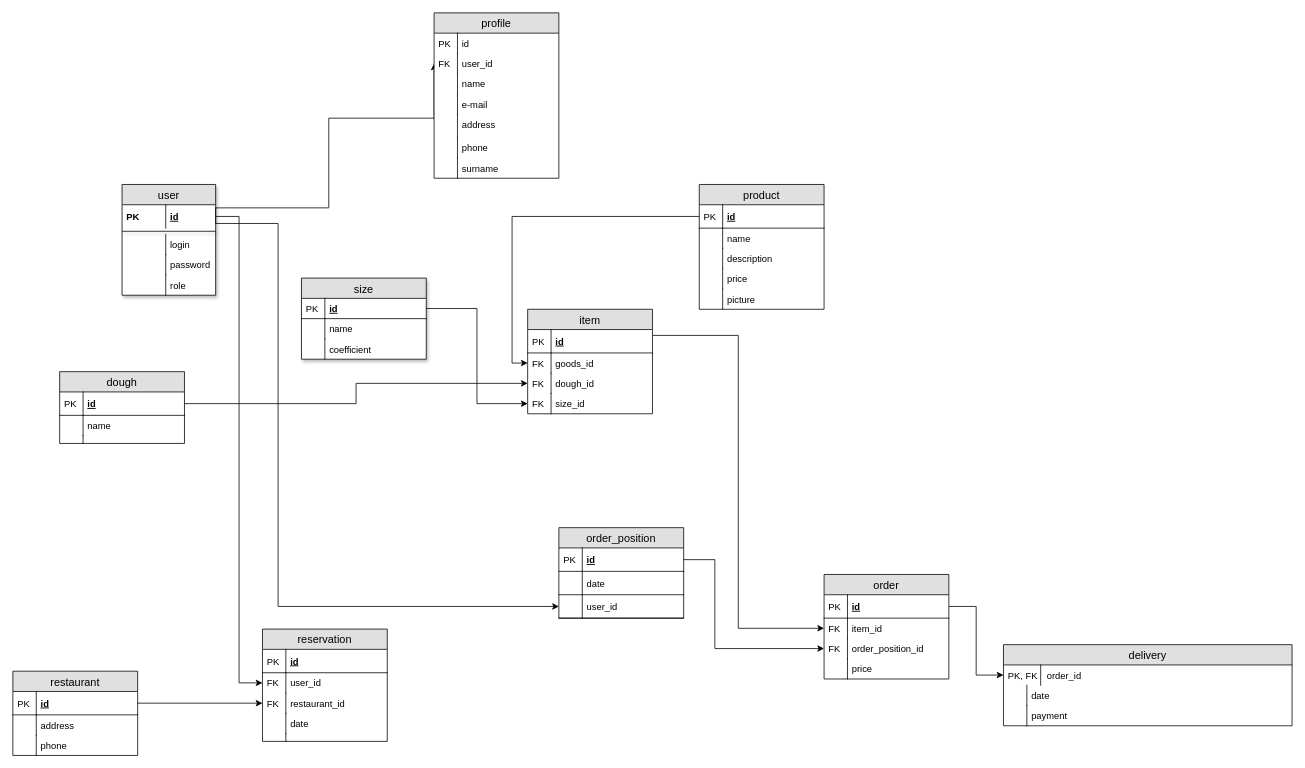
Above: finaltask/bd.drawio in Bogdan1506/24_JavaST (draw.io), before the change. Source tidied: cells renumbered, new cells numbered last; positions are measured from the earlier drawing's top-left corner, leaving out a move shared by most shapes. Both pictures are drawn from the tidied source at 78%, with x=0, y=0 at pixel (12, 12).
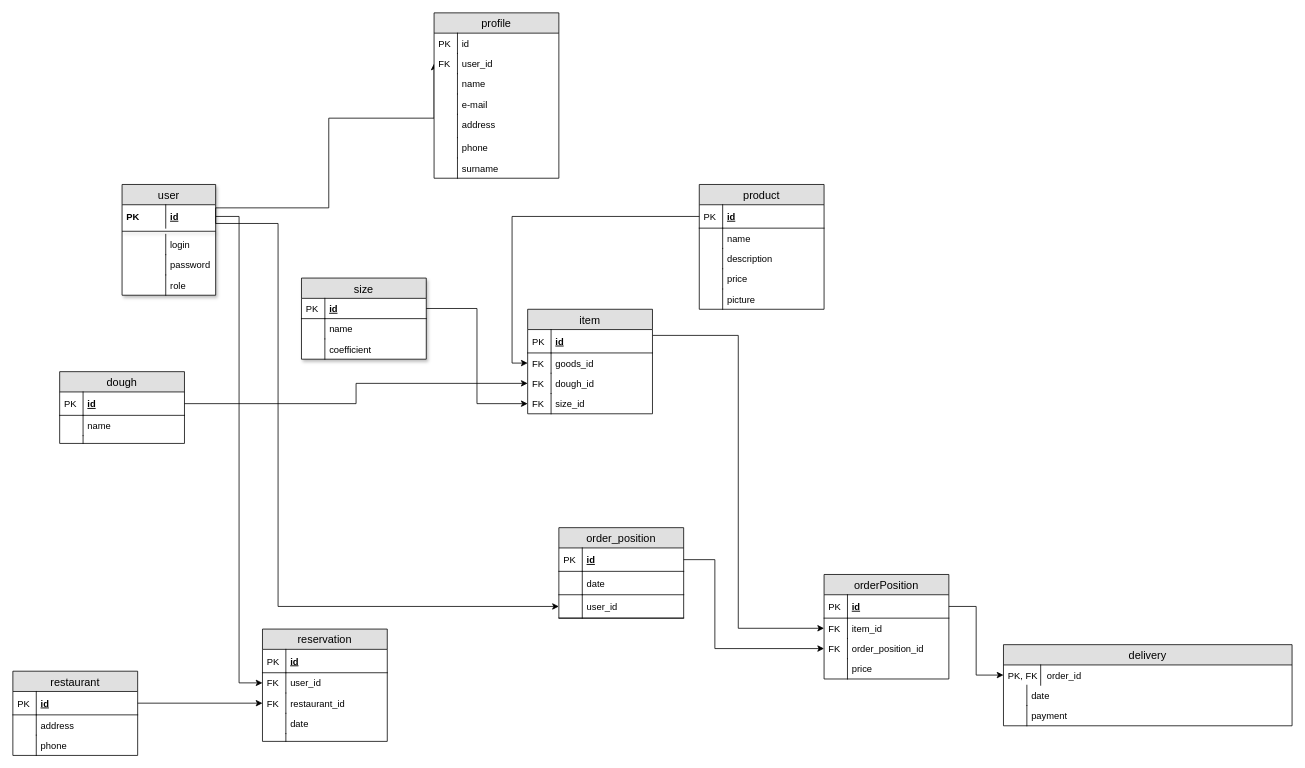
After the change.

Diff of the diagram source:
```diff
@@
-    <mxCell id="80" value="order" style="swimlane;fontStyle=0;horizontal=1;startSize=26;fillColor=#e0e0e0;swimlaneFillColor=#ffffff;align=center;fontSize=14;" parent="1" vertex="1">
+    <mxCell id="80" value="orderPosition" style="swimlane;fontStyle=0;horizontal=1;startSize=26;fillColor=#e0e0e0;swimlaneFillColor=#ffffff;align=center;fontSize=14;" parent="1" vertex="1">
       <mxGeometry x="1040" y="720" width="160" height="134" as="geometry" />
     </mxCell>
```
